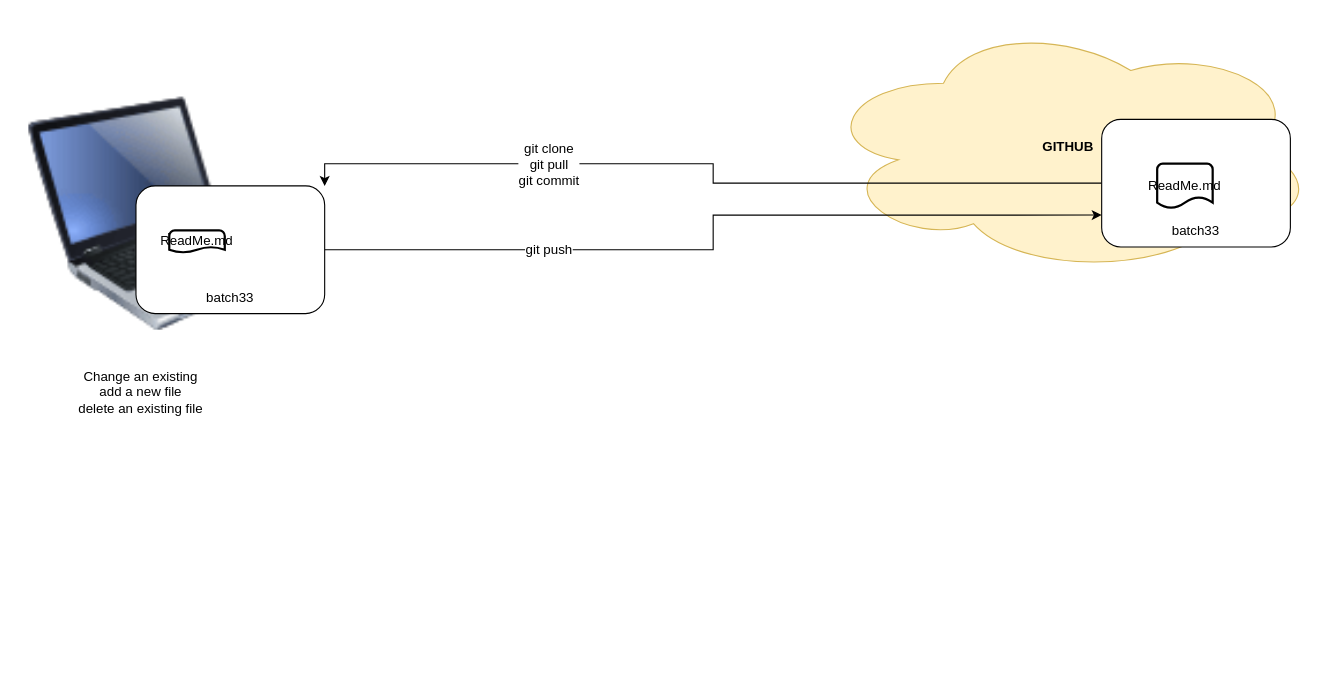
The draw.io diagram page "Page-1" (1 of 2) of batch33.drawio in jayramrout/batch33, before the edit. Source tidied: cells renumbered, new cells numbered last; positions are measured from the earlier drawing's top-left corner, leaving out a move shared by most shapes. Both pictures are drawn from the tidied source at 111%, with x=0, y=0 at pixel (19, 19).
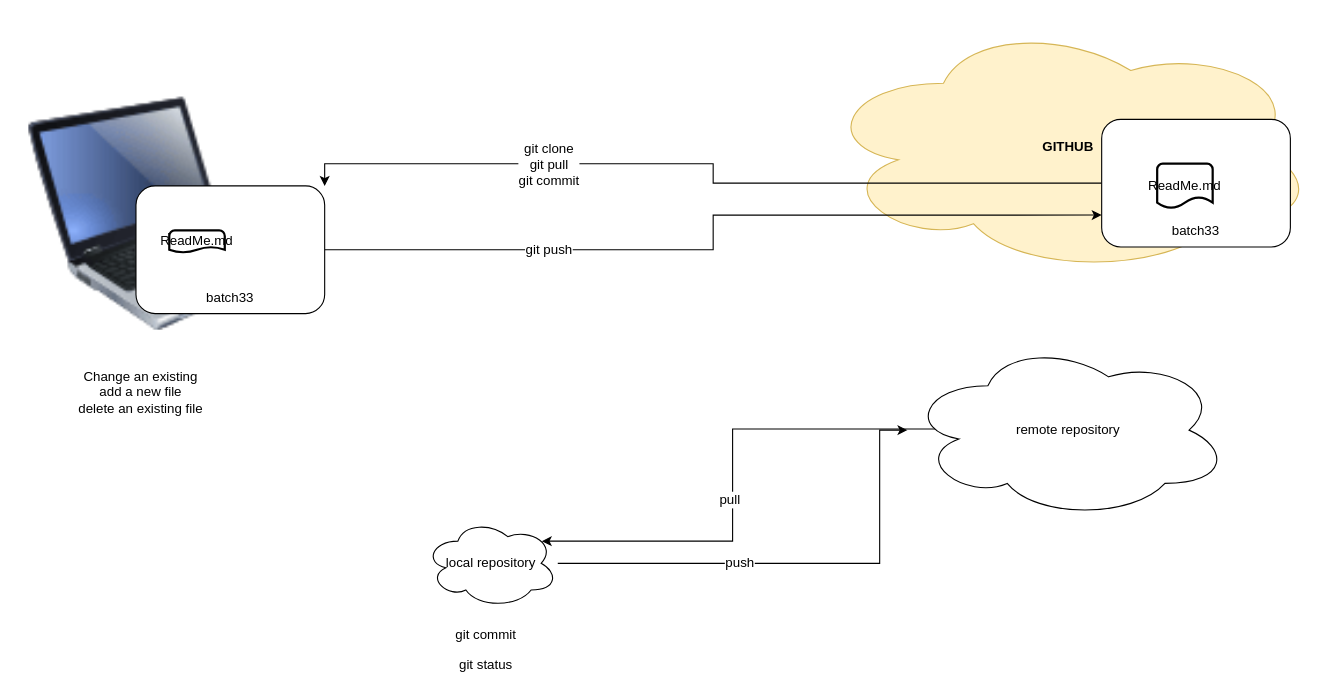
The same page after the edit.

Diff of the diagram source:
```diff
@@
+    <mxCell id="13" style="edgeStyle=orthogonalEdgeStyle;rounded=0;jettySize=auto;html=1;" parent="1" edge="1" source="15" target="18">
+      <mxGeometry relative="1" as="geometry">
+        <Array as="points">
+          <mxPoint x="775" y="490" />
+          <mxPoint x="775" y="370" />
+        </Array>
+      </mxGeometry>
+    </mxCell>
+    <mxCell id="14" value="push" style="text;html=1;align=center;verticalAlign=middle;labelBackgroundColor=#ffffff;" parent="13" vertex="1">
+      <mxGeometry x="-0.25" y="1" relative="1" as="geometry" />
+    </mxCell>
+    <mxCell id="15" value="local repository" style="ellipse;shape=cloud;whiteSpace=wrap;html=1;" parent="1" vertex="1">
+      <mxGeometry x="365" y="450" width="120" height="80" as="geometry" />
+    </mxCell>
+    <mxCell id="16" style="edgeStyle=orthogonalEdgeStyle;rounded=0;jettySize=auto;html=1;entryX=0.88;entryY=0.25;entryDx=0;entryDy=0;entryPerimeter=0;exitX=0.09;exitY=0.494;exitDx=0;exitDy=0;exitPerimeter=0;" parent="1" edge="1" source="18" target="15">
+      <mxGeometry relative="1" as="geometry" />
+    </mxCell>
+    <mxCell id="17" value="pull" style="text;html=1;align=center;verticalAlign=middle;labelBackgroundColor=#ffffff;" parent="16" vertex="1">
+      <mxGeometry x="0.08" y="-3" relative="1" as="geometry" />
+    </mxCell>
+    <mxCell id="18" value="remote repository" style="ellipse;shape=cloud;whiteSpace=wrap;html=1;" parent="1" vertex="1">
+      <mxGeometry x="800" y="290" width="290" height="160" as="geometry" />
+    </mxCell>
+    <mxCell id="19" value="git commit" style="text;html=1;align=center;verticalAlign=middle;" parent="1" vertex="1">
+      <mxGeometry x="385" y="545" width="70" height="20" as="geometry" />
+    </mxCell>
+    <mxCell id="20" value="git status" style="text;html=1;align=center;verticalAlign=middle;" parent="1" vertex="1">
+      <mxGeometry x="390" y="572" width="60" height="20" as="geometry" />
+    </mxCell>
```
